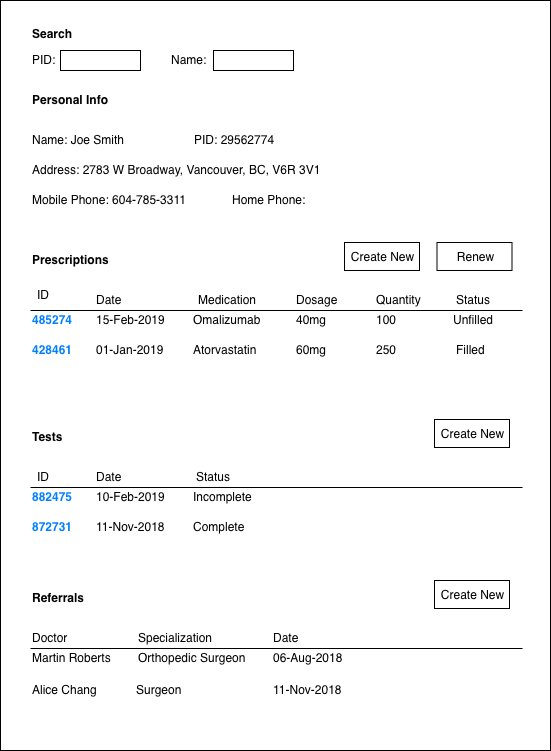
This is Design/User-Views-Doctor.png from b3z9a/cs304-g12, a draw.io export, as it was before one commit. Source tidied: cells renumbered, new cells last; positions are measured from the earlier drawing's top-left corner, leaving out a move shared by most shapes. Its diagram source:
```xml
<mxGraphModel background="#ffffff">
  <root>
    <mxCell id="0" />
    <mxCell id="1" parent="0" />
    <mxCell id="2" style="rounded=0;whiteSpace=wrap;html=1;fillColor=none;fontColor=#000000;" parent="1" vertex="1">
      <mxGeometry width="550" height="750" as="geometry" />
    </mxCell>
    <mxCell id="3" value="PID:" style="text;html=1;align=left;verticalAlign=top;spacingTop=-4;" parent="1" vertex="1">
      <mxGeometry x="30" y="50" width="40" height="20" as="geometry" />
    </mxCell>
    <mxCell id="4" value="Name:" style="text;html=1;align=left;verticalAlign=top;spacingTop=-4;" parent="1" vertex="1">
      <mxGeometry x="169" y="50" width="50" height="20" as="geometry" />
    </mxCell>
    <mxCell id="5" style="rounded=0;whiteSpace=wrap;html=1;fillColor=none;" parent="1" vertex="1">
      <mxGeometry x="60" y="50" width="80" height="20" as="geometry" />
    </mxCell>
    <mxCell id="6" style="rounded=0;whiteSpace=wrap;html=1;fillColor=none;" parent="1" vertex="1">
      <mxGeometry x="213" y="50" width="80" height="20" as="geometry" />
    </mxCell>
    <mxCell id="7" value="&lt;b&gt;Personal Info&lt;/b&gt;" style="text;html=1;align=left;verticalAlign=top;spacingTop=-4;" parent="1" vertex="1">
      <mxGeometry x="30" y="90" width="90" height="20" as="geometry" />
    </mxCell>
    <mxCell id="8" value="Name: Joe Smith" style="text;html=1;align=left;verticalAlign=top;spacingTop=-4;" parent="1" vertex="1">
      <mxGeometry x="30" y="130" width="110" height="20" as="geometry" />
    </mxCell>
    <mxCell id="9" value="Address: 2783 W Broadway, Vancouver, BC, V6R 3V1" style="text;html=1;align=left;verticalAlign=top;spacingTop=-4;" parent="1" vertex="1">
      <mxGeometry x="30" y="160" width="300" height="20" as="geometry" />
    </mxCell>
    <mxCell id="10" value="Mobile Phone: 604-785-3311" style="text;html=1;align=left;verticalAlign=top;spacingTop=-4;" parent="1" vertex="1">
      <mxGeometry x="30" y="190" width="170" height="20" as="geometry" />
    </mxCell>
    <mxCell id="11" value="Home Phone:&amp;nbsp;" style="text;html=1;align=left;verticalAlign=top;spacingTop=-4;" parent="1" vertex="1">
      <mxGeometry x="230" y="190" width="90" height="20" as="geometry" />
    </mxCell>
    <mxCell id="12" value="Prescriptions" style="text;html=1;align=left;verticalAlign=top;spacingTop=-4;fontStyle=1;" parent="1" vertex="1">
      <mxGeometry x="30" y="250" width="80" height="20" as="geometry" />
    </mxCell>
    <mxCell id="13" value="Date" style="text;html=1;align=left;verticalAlign=top;spacingTop=-4;" parent="1" vertex="1">
      <mxGeometry x="94" y="290" width="40" height="20" as="geometry" />
    </mxCell>
    <mxCell id="14" value="Medication" style="text;html=1;align=left;verticalAlign=top;spacingTop=-4;" parent="1" vertex="1">
      <mxGeometry x="195.5" y="290" width="70" height="20" as="geometry" />
    </mxCell>
    <mxCell id="15" value="Dosage" style="text;html=1;align=left;verticalAlign=top;spacingTop=-4;" parent="1" vertex="1">
      <mxGeometry x="294" y="290" width="60" height="20" as="geometry" />
    </mxCell>
    <mxCell id="16" value="Quantity" style="text;html=1;align=left;verticalAlign=top;spacingTop=-4;" parent="1" vertex="1">
      <mxGeometry x="374" y="290" width="60" height="20" as="geometry" />
    </mxCell>
    <mxCell id="17" style="endArrow=none;html=1;" parent="1" edge="1">
      <mxGeometry relative="1" as="geometry">
        <mxPoint x="30" y="310" as="sourcePoint" />
        <mxPoint x="522" y="310" as="targetPoint" />
      </mxGeometry>
    </mxCell>
    <mxCell id="18" value="15-Feb-2019" style="text;html=1;align=left;verticalAlign=top;spacingTop=-4;" parent="1" vertex="1">
      <mxGeometry x="94" y="310" width="80" height="20" as="geometry" />
    </mxCell>
    <mxCell id="19" value="01-Jan-2019" style="text;html=1;align=left;verticalAlign=top;spacingTop=-4;" parent="1" vertex="1">
      <mxGeometry x="94" y="340" width="80" height="20" as="geometry" />
    </mxCell>
    <mxCell id="20" value="Status" style="text;html=1;align=left;verticalAlign=top;spacingTop=-4;" parent="1" vertex="1">
      <mxGeometry x="454" y="290" width="50" height="20" as="geometry" />
    </mxCell>
    <mxCell id="21" value="Omalizumab" style="text;html=1;align=left;verticalAlign=top;spacingTop=-4;" parent="1" vertex="1">
      <mxGeometry x="190.5" y="310" width="80" height="20" as="geometry" />
    </mxCell>
    <mxCell id="22" value="40mg" style="text;html=1;align=left;verticalAlign=top;spacingTop=-4;" parent="1" vertex="1">
      <mxGeometry x="294" y="310" width="50" height="20" as="geometry" />
    </mxCell>
    <mxCell id="23" value="100" style="text;html=1;align=left;verticalAlign=top;spacingTop=-4;" parent="1" vertex="1">
      <mxGeometry x="374" y="310" width="40" height="20" as="geometry" />
    </mxCell>
    <mxCell id="24" value="Unfilled" style="text;html=1;align=left;verticalAlign=top;spacingTop=-4;" parent="1" vertex="1">
      <mxGeometry x="451" y="310" width="60" height="20" as="geometry" />
    </mxCell>
    <mxCell id="25" value="Atorvastatin" style="text;html=1;align=left;verticalAlign=top;spacingTop=-4;" parent="1" vertex="1">
      <mxGeometry x="190.5" y="340" width="80" height="20" as="geometry" />
    </mxCell>
    <mxCell id="26" value="60mg" style="text;html=1;align=left;verticalAlign=top;spacingTop=-4;" parent="1" vertex="1">
      <mxGeometry x="294" y="340" width="50" height="20" as="geometry" />
    </mxCell>
    <mxCell id="27" value="250" style="text;html=1;align=left;verticalAlign=top;spacingTop=-4;" parent="1" vertex="1">
      <mxGeometry x="374" y="340" width="40" height="20" as="geometry" />
    </mxCell>
    <mxCell id="28" value="Filled" style="text;html=1;align=left;verticalAlign=top;spacingTop=-4;" parent="1" vertex="1">
      <mxGeometry x="454" y="340" width="40" height="20" as="geometry" />
    </mxCell>
    <mxCell id="29" value="ID" style="text;html=1;align=left;verticalAlign=top;spacingTop=-4;" parent="1" vertex="1">
      <mxGeometry x="35" y="285" width="30" height="20" as="geometry" />
    </mxCell>
    <mxCell id="30" value="PID:&amp;nbsp;29562774" style="text;html=1;align=left;verticalAlign=top;spacingTop=-4;" parent="1" vertex="1">
      <mxGeometry x="191.5" y="130" width="100" height="20" as="geometry" />
    </mxCell>
    <mxCell id="31" value="485274" style="text;html=1;align=left;verticalAlign=top;spacingTop=-4;fontStyle=1;fontColor=#007FFF;" parent="1" vertex="1">
      <mxGeometry x="30" y="310" width="60" height="20" as="geometry" />
    </mxCell>
    <mxCell id="32" value="428461" style="text;html=1;align=left;verticalAlign=top;spacingTop=-4;fontColor=#007FFF;fontStyle=1;" parent="1" vertex="1">
      <mxGeometry x="30" y="340" width="60" height="20" as="geometry" />
    </mxCell>
    <mxCell id="33" value="Create New" style="rounded=0;whiteSpace=wrap;html=1;fillColor=none;fontColor=#000000;" parent="1" vertex="1">
      <mxGeometry x="344" y="242" width="75" height="28" as="geometry" />
    </mxCell>
    <mxCell id="34" value="Tests" style="text;html=1;align=left;verticalAlign=top;spacingTop=-4;fontStyle=1;" parent="1" vertex="1">
      <mxGeometry x="30" y="427" width="40" height="20" as="geometry" />
    </mxCell>
    <mxCell id="35" value="Date" style="text;html=1;align=left;verticalAlign=top;spacingTop=-4;" parent="1" vertex="1">
      <mxGeometry x="94" y="467" width="40" height="20" as="geometry" />
    </mxCell>
    <mxCell id="36" style="endArrow=none;html=1;" parent="1" edge="1">
      <mxGeometry relative="1" as="geometry">
        <mxPoint x="30" y="487" as="sourcePoint" />
        <mxPoint x="522" y="487" as="targetPoint" />
      </mxGeometry>
    </mxCell>
    <mxCell id="37" value="10-Feb-2019" style="text;html=1;align=left;verticalAlign=top;spacingTop=-4;" parent="1" vertex="1">
      <mxGeometry x="94" y="487" width="80" height="20" as="geometry" />
    </mxCell>
    <mxCell id="38" value="11-Nov-2018" style="text;html=1;align=left;verticalAlign=top;spacingTop=-4;" parent="1" vertex="1">
      <mxGeometry x="94" y="517" width="80" height="20" as="geometry" />
    </mxCell>
    <mxCell id="39" value="Status" style="text;html=1;align=left;verticalAlign=top;spacingTop=-4;" parent="1" vertex="1">
      <mxGeometry x="194" y="467" width="50" height="20" as="geometry" />
    </mxCell>
    <mxCell id="40" value="Incomplete" style="text;html=1;align=left;verticalAlign=top;spacingTop=-4;" parent="1" vertex="1">
      <mxGeometry x="190.5" y="487" width="70" height="20" as="geometry" />
    </mxCell>
    <mxCell id="41" value="Complete" style="text;html=1;align=left;verticalAlign=top;spacingTop=-4;" parent="1" vertex="1">
      <mxGeometry x="190.5" y="517" width="70" height="20" as="geometry" />
    </mxCell>
    <mxCell id="42" value="ID" style="text;html=1;align=left;verticalAlign=top;spacingTop=-4;" parent="1" vertex="1">
      <mxGeometry x="35" y="467" width="30" height="20" as="geometry" />
    </mxCell>
    <mxCell id="43" value="882475" style="text;html=1;align=left;verticalAlign=top;spacingTop=-4;fontStyle=1;fontColor=#007FFF;" parent="1" vertex="1">
      <mxGeometry x="30" y="487" width="60" height="20" as="geometry" />
    </mxCell>
    <mxCell id="44" value="872731" style="text;html=1;align=left;verticalAlign=top;spacingTop=-4;fontColor=#007FFF;fontStyle=1;" parent="1" vertex="1">
      <mxGeometry x="30" y="517" width="60" height="20" as="geometry" />
    </mxCell>
    <mxCell id="45" value="Create New" style="rounded=0;whiteSpace=wrap;html=1;fillColor=none;fontColor=#000000;" parent="1" vertex="1">
      <mxGeometry x="434" y="419" width="75" height="28" as="geometry" />
    </mxCell>
    <mxCell id="46" value="Referrals" style="text;html=1;align=left;verticalAlign=top;spacingTop=-4;fontStyle=1;" parent="1" vertex="1">
      <mxGeometry x="30" y="588" width="60" height="20" as="geometry" />
    </mxCell>
    <mxCell id="47" value="Specialization" style="text;html=1;align=left;verticalAlign=top;spacingTop=-4;" parent="1" vertex="1">
      <mxGeometry x="135.5" y="628" width="90" height="20" as="geometry" />
    </mxCell>
    <mxCell id="48" style="endArrow=none;html=1;" parent="1" edge="1">
      <mxGeometry relative="1" as="geometry">
        <mxPoint x="30" y="648" as="sourcePoint" />
        <mxPoint x="522" y="648" as="targetPoint" />
      </mxGeometry>
    </mxCell>
    <mxCell id="49" value="06-Aug-2018" style="text;html=1;align=left;verticalAlign=top;spacingTop=-4;" parent="1" vertex="1">
      <mxGeometry x="270.5" y="648" width="80" height="20" as="geometry" />
    </mxCell>
    <mxCell id="50" value="11-Nov-2018" style="text;html=1;align=left;verticalAlign=top;spacingTop=-4;" parent="1" vertex="1">
      <mxGeometry x="270.5" y="680" width="80" height="20" as="geometry" />
    </mxCell>
    <mxCell id="51" value="Date" style="text;html=1;align=left;verticalAlign=top;spacingTop=-4;" parent="1" vertex="1">
      <mxGeometry x="270.5" y="628" width="40" height="20" as="geometry" />
    </mxCell>
    <mxCell id="52" value="Doctor" style="text;html=1;align=left;verticalAlign=top;spacingTop=-4;" parent="1" vertex="1">
      <mxGeometry x="30" y="628" width="50" height="20" as="geometry" />
    </mxCell>
    <mxCell id="53" value="Create New" style="rounded=0;whiteSpace=wrap;html=1;fillColor=none;fontColor=#000000;" parent="1" vertex="1">
      <mxGeometry x="434" y="580" width="75" height="28" as="geometry" />
    </mxCell>
    <mxCell id="54" value="Orthopedic Surgeon" style="text;html=1;align=left;verticalAlign=top;spacingTop=-4;fontColor=#000000;" parent="1" vertex="1">
      <mxGeometry x="135.5" y="648" width="120" height="20" as="geometry" />
    </mxCell>
    <mxCell id="55" value="Martin Roberts" style="text;html=1;align=left;verticalAlign=top;spacingTop=-4;fontColor=#000000;" parent="1" vertex="1">
      <mxGeometry x="30" y="648" width="90" height="20" as="geometry" />
    </mxCell>
    <mxCell id="56" value="Alice Chang" style="text;html=1;align=left;verticalAlign=top;spacingTop=-4;fontColor=#000000;" parent="1" vertex="1">
      <mxGeometry x="30" y="680" width="80" height="20" as="geometry" />
    </mxCell>
    <mxCell id="57" value="Surgeon" style="text;html=1;align=left;verticalAlign=top;spacingTop=-4;fontColor=#000000;" parent="1" vertex="1">
      <mxGeometry x="134" y="680" width="60" height="20" as="geometry" />
    </mxCell>
    <mxCell id="58" value="&lt;b&gt;Search&lt;/b&gt;" style="text;html=1;align=left;verticalAlign=top;spacingTop=-4;fontColor=#000000;" parent="1" vertex="1">
      <mxGeometry x="30" y="24" width="60" height="20" as="geometry" />
    </mxCell>
    <mxCell id="59" value="Renew" style="rounded=0;whiteSpace=wrap;html=1;fillColor=none;fontColor=#000000;" parent="1" vertex="1">
      <mxGeometry x="436.5" y="242" width="75" height="28" as="geometry" />
    </mxCell>
  </root>
</mxGraphModel>
```
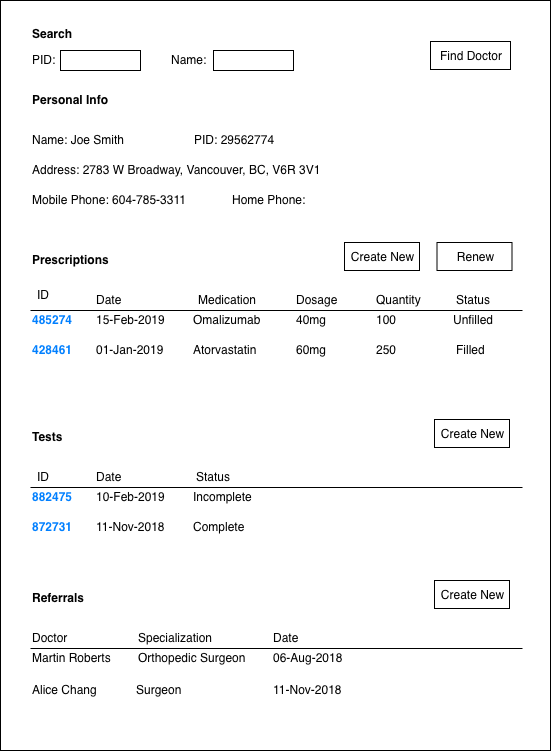
Above is the later version.

Commit message:
Updated Admin and Doctor View Designs

Added find doctor option to doctor view. Gave admin the option to create a new invoice.

Diff of the diagram source:
```diff
@@ -185,5 +185,8 @@
     <mxCell id="59" value="Renew" style="rounded=0;whiteSpace=wrap;html=1;fillColor=none;fontColor=#000000;" parent="1" vertex="1">
       <mxGeometry x="436.5" y="242" width="75" height="28" as="geometry" />
     </mxCell>
+    <mxCell id="60" value="Find Doctor" style="rounded=0;whiteSpace=wrap;html=1;fillColor=none;fontColor=#000000;" parent="1" vertex="1">
+      <mxGeometry x="430" y="41" width="80" height="28" as="geometry" />
+    </mxCell>
   </root>
 </mxGraphModel>
```
